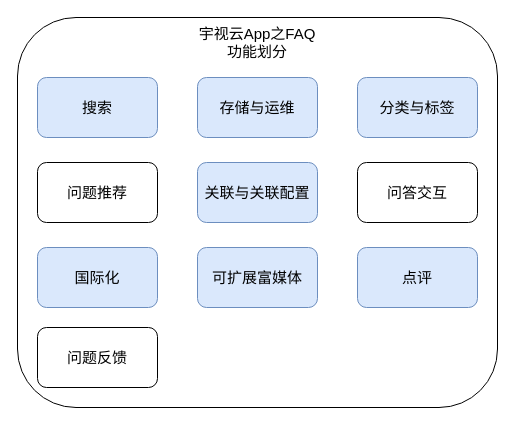
Earlier version of the draw.io diagram 宇视云之FAQ系统模块划分.drawio (HuaHero/OnLineFaq). Source tidied: cells renumbered, new cells numbered last; positions are measured from the earlier drawing's top-left corner, leaving out a move shared by most shapes. Both pictures are drawn from the tidied source at 100%, with x=0, y=0 at pixel (17, 17).
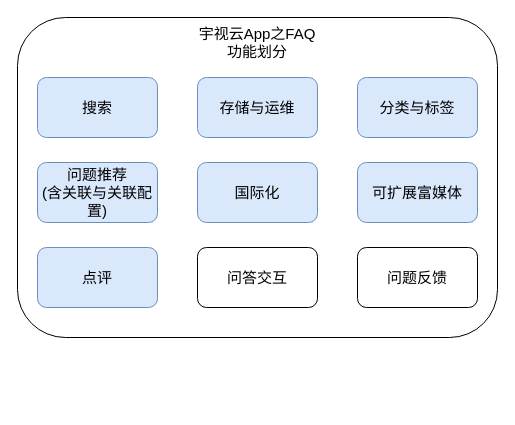
Above is the later version.

Commit message:
更新宇视云之FAQ系统模块划分.drawio

Diff of the diagram source:
```diff
@@
 <mxGraphModel>
   <root>
     <mxCell id="0" />
     <mxCell id="1" parent="0" />
     <mxCell id="2" style="rounded=1;whiteSpace=wrap;html=1;fontSize=15;" parent="1" vertex="1">
-      <mxGeometry width="480" height="390" as="geometry" />
+      <mxGeometry width="480" height="320" as="geometry" />
     </mxCell>
     <mxCell id="3" value="搜索" style="rounded=1;whiteSpace=wrap;html=1;fontSize=15;fillColor=#dae8fc;strokeColor=#6c8ebf;" parent="1" vertex="1">
       <mxGeometry x="20" y="60" width="120" height="60" as="geometry" />
     </mxCell>
     <mxCell id="4" value="存储与运维" style="rounded=1;whiteSpace=wrap;html=1;fontSize=15;fillColor=#dae8fc;strokeColor=#6c8ebf;" parent="1" vertex="1">
       <mxGeometry x="180" y="60" width="120" height="60" as="geometry" />
     </mxCell>
     <mxCell id="5" value="分类与标签" style="rounded=1;whiteSpace=wrap;html=1;fontSize=15;fillColor=#dae8fc;strokeColor=#6c8ebf;" parent="1" vertex="1">
       <mxGeometry x="340" y="60" width="120" height="60" as="geometry" />
     </mxCell>
-    <mxCell id="6" value="问题推荐" style="rounded=1;whiteSpace=wrap;html=1;fontSize=15;" parent="1" vertex="1">
-      <mxGeometry x="20" y="145" width="120" height="60" as="geometry" />
-    </mxCell>
-    <mxCell id="7" value="关联与关联配置" style="rounded=1;whiteSpace=wrap;html=1;fontSize=15;fillColor=#dae8fc;strokeColor=#6c8ebf;" parent="1" vertex="1">
-      <mxGeometry x="180" y="145" width="120" height="60" as="geometry" />
+    <mxCell id="7" value="问题推荐&lt;div&gt;(含关联与关联配置)&lt;/div&gt;" style="rounded=1;whiteSpace=wrap;html=1;fontSize=15;fillColor=#dae8fc;strokeColor=#6c8ebf;" parent="1" vertex="1">
+      <mxGeometry x="20" y="145" width="120" height="60" as="geometry" />
     </mxCell>
     <mxCell id="8" value="问答交互" style="rounded=1;whiteSpace=wrap;html=1;fontSize=15;" parent="1" vertex="1">
-      <mxGeometry x="340" y="145" width="120" height="60" as="geometry" />
+      <mxGeometry x="180" y="230" width="120" height="60" as="geometry" />
     </mxCell>
     <mxCell id="9" value="国际化" style="rounded=1;whiteSpace=wrap;html=1;fontSize=15;fillColor=#dae8fc;strokeColor=#6c8ebf;" parent="1" vertex="1">
-      <mxGeometry x="20" y="230" width="120" height="60" as="geometry" />
+      <mxGeometry x="180" y="145" width="120" height="60" as="geometry" />
     </mxCell>
     <mxCell id="10" value="可扩展富媒体" style="rounded=1;whiteSpace=wrap;html=1;fontSize=15;fillColor=#dae8fc;strokeColor=#6c8ebf;" parent="1" vertex="1">
-      <mxGeometry x="180" y="230" width="120" height="60" as="geometry" />
+      <mxGeometry x="340" y="145" width="120" height="60" as="geometry" />
     </mxCell>
     <mxCell id="11" value="点评" style="rounded=1;whiteSpace=wrap;html=1;fontSize=15;fillColor=#dae8fc;strokeColor=#6c8ebf;" parent="1" vertex="1">
-      <mxGeometry x="340" y="230" width="120" height="60" as="geometry" />
+      <mxGeometry x="20" y="230" width="120" height="60" as="geometry" />
     </mxCell>
     <mxCell id="12" value="宇视云App之FAQ功能划分" style="text;html=1;align=center;verticalAlign=middle;whiteSpace=wrap;rounded=0;fontSize=15;" parent="1" vertex="1">
       <mxGeometry x="180" y="10" width="120" height="30" as="geometry" />
     </mxCell>
     <mxCell id="13" value="问题反馈" style="rounded=1;whiteSpace=wrap;html=1;fontSize=15;" parent="1" vertex="1">
-      <mxGeometry x="20" y="310" width="120" height="60" as="geometry" />
+      <mxGeometry x="340" y="230" width="120" height="60" as="geometry" />
     </mxCell>
   </root>
 </mxGraphModel>
```
